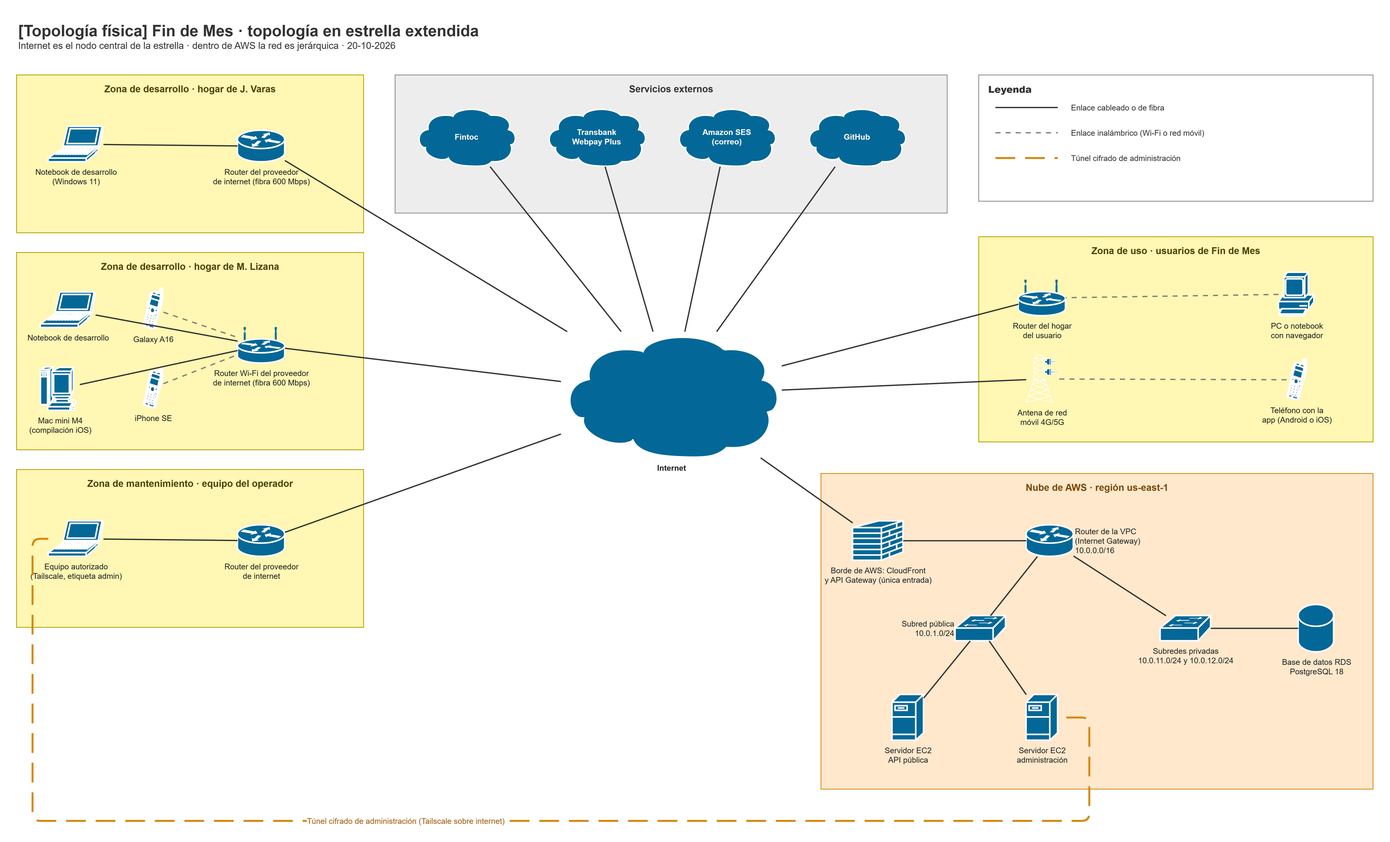
offlnr/findemes keeps this draw.io diagram as docs/diagrams/architecture/topologia-fisica.drawio.png. Above is the earlier version. Source tidied: cells renumbered, new cells last; positions are measured from the earlier drawing's top-left corner, leaving out a move shared by most shapes.
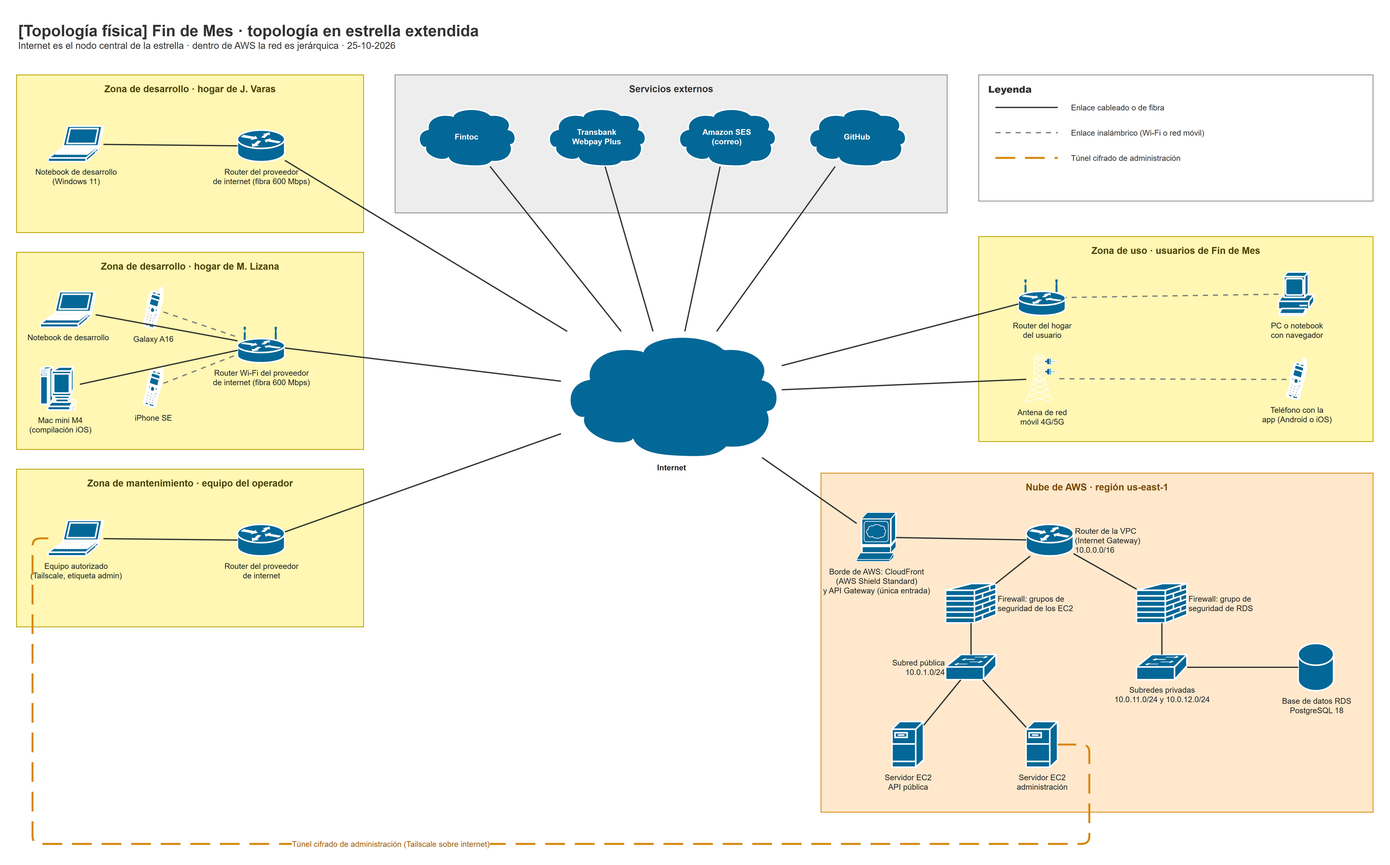
After the commit.

What changed in the source:
```diff
@@ -2,7 +2,7 @@
   <root>
     <mxCell id="0" />
     <mxCell id="1" parent="0" />
-    <mxCell id="2" value="&lt;span style=&quot;font-size:20px&quot;&gt;&lt;b&gt;[Topología física] Fin de Mes · topología en estrella extendida&lt;/b&gt;&lt;/span&gt;&lt;br&gt;&lt;span style=&quot;font-size:12px&quot;&gt;Internet es el nodo central de la estrella · dentro de AWS la red es jerárquica · 20-10-2026&lt;/span&gt;" style="text;html=1;whiteSpace=wrap;align=left;verticalAlign=top;fontColor=#333333;" parent="1" vertex="1">
+    <mxCell id="2" value="&lt;span style=&quot;font-size:20px&quot;&gt;&lt;b&gt;[Topología física] Fin de Mes · topología en estrella extendida&lt;/b&gt;&lt;/span&gt;&lt;br&gt;&lt;span style=&quot;font-size:12px&quot;&gt;Internet es el nodo central de la estrella · dentro de AWS la red es jerárquica · 25-10-2026&lt;/span&gt;" style="text;html=1;whiteSpace=wrap;align=left;verticalAlign=top;fontColor=#333333;" parent="1" vertex="1">
       <mxGeometry width="1600" height="60" as="geometry" />
     </mxCell>
     <mxCell id="3" value="&lt;b&gt;Internet&lt;/b&gt;" style="html=1;dashed=0;fillColor=#036897;strokeColor=#ffffff;strokeWidth=2;verticalLabelPosition=bottom;verticalAlign=top;align=center;outlineConnect=0;fontSize=10;fontColor=#222222;shape=mxgraph.cisco.storage.cloud;" parent="1" vertex="1">
@@ -75,28 +75,34 @@
       <mxGeometry x="60" y="150" width="40" height="60" as="geometry" />
     </mxCell>
     <mxCell id="26" value="Nube de AWS · región us-east-1" style="rounded=0;whiteSpace=wrap;html=1;fillColor=#FFE8CC;strokeColor=#D68910;fontColor=#7A4A00;align=center;verticalAlign=top;spacingTop=4;fontSize=12;fontStyle=1;" parent="1" vertex="1">
-      <mxGeometry x="1020" y="580" width="700" height="400" as="geometry" />
+      <mxGeometry x="1020" y="580" width="700" height="430" as="geometry" />
     </mxCell>
-    <mxCell id="27" value="Borde de AWS: CloudFront&lt;br&gt;y API Gateway (única entrada)" style="html=1;dashed=0;fillColor=#036897;strokeColor=#ffffff;strokeWidth=2;verticalLabelPosition=bottom;verticalAlign=top;align=center;outlineConnect=0;fontSize=10;fontColor=#222222;shape=mxgraph.cisco.security.firewall;" parent="26" vertex="1">
-      <mxGeometry x="40" y="60" width="64" height="50" as="geometry" />
+    <mxCell id="27" value="Borde de AWS: CloudFront&lt;br&gt;(AWS Shield Standard)&lt;br&gt;y API Gateway (única entrada)" style="html=1;dashed=0;fillColor=#036897;strokeColor=#ffffff;strokeWidth=2;verticalLabelPosition=bottom;verticalAlign=top;align=center;outlineConnect=0;fontSize=10;fontColor=#222222;shape=mxgraph.cisco.servers.www_server;" parent="26" vertex="1">
+      <mxGeometry x="45" y="50" width="50" height="62" as="geometry" />
     </mxCell>
     <mxCell id="28" value="Router de la VPC&lt;br&gt;(Internet Gateway)&lt;br&gt;10.0.0.0/16" style="html=1;dashed=0;fillColor=#036897;strokeColor=#ffffff;strokeWidth=2;verticalLabelPosition=bottom;verticalAlign=top;align=center;outlineConnect=0;fontSize=10;fontColor=#222222;shape=mxgraph.cisco.routers.router;labelPosition=right;verticalLabelPosition=middle;align=left;verticalAlign=middle;" parent="26" vertex="1">
       <mxGeometry x="260" y="65" width="60" height="40" as="geometry" />
     </mxCell>
+    <mxCell id="72" value="Firewall: grupos de&lt;br&gt;seguridad de los EC2" style="html=1;dashed=0;fillColor=#036897;strokeColor=#ffffff;strokeWidth=2;verticalLabelPosition=bottom;verticalAlign=top;align=center;outlineConnect=0;fontSize=10;fontColor=#222222;shape=mxgraph.cisco.security.firewall;labelPosition=right;verticalLabelPosition=middle;align=left;verticalAlign=middle;" parent="26" vertex="1">
+      <mxGeometry x="158" y="140" width="64" height="50" as="geometry" />
+    </mxCell>
+    <mxCell id="73" value="Firewall: grupo de&lt;br&gt;seguridad de RDS" style="html=1;dashed=0;fillColor=#036897;strokeColor=#ffffff;strokeWidth=2;verticalLabelPosition=bottom;verticalAlign=top;align=center;outlineConnect=0;fontSize=10;fontColor=#222222;shape=mxgraph.cisco.security.firewall;labelPosition=right;verticalLabelPosition=middle;align=left;verticalAlign=middle;" parent="26" vertex="1">
+      <mxGeometry x="400" y="140" width="64" height="50" as="geometry" />
+    </mxCell>
     <mxCell id="29" value="Subred pública&lt;br&gt;10.0.1.0/24" style="html=1;dashed=0;fillColor=#036897;strokeColor=#ffffff;strokeWidth=2;verticalLabelPosition=bottom;verticalAlign=top;align=center;outlineConnect=0;fontSize=10;fontColor=#222222;shape=mxgraph.cisco.switches.workgroup_switch;labelPosition=left;verticalLabelPosition=middle;align=right;verticalAlign=middle;" parent="26" vertex="1">
-      <mxGeometry x="170" y="180" width="64" height="32" as="geometry" />
+      <mxGeometry x="158" y="230" width="64" height="32" as="geometry" />
     </mxCell>
     <mxCell id="30" value="Servidor EC2&lt;br&gt;API pública" style="html=1;dashed=0;fillColor=#036897;strokeColor=#ffffff;strokeWidth=2;verticalLabelPosition=bottom;verticalAlign=top;align=center;outlineConnect=0;fontSize=10;fontColor=#222222;shape=mxgraph.cisco.servers.fileserver;" parent="26" vertex="1">
-      <mxGeometry x="90" y="280" width="40" height="58" as="geometry" />
+      <mxGeometry x="90" y="315" width="40" height="58" as="geometry" />
     </mxCell>
     <mxCell id="31" value="Servidor EC2&lt;br&gt;administración" style="html=1;dashed=0;fillColor=#036897;strokeColor=#ffffff;strokeWidth=2;verticalLabelPosition=bottom;verticalAlign=top;align=center;outlineConnect=0;fontSize=10;fontColor=#222222;shape=mxgraph.cisco.servers.fileserver;" parent="26" vertex="1">
-      <mxGeometry x="260" y="280" width="40" height="58" as="geometry" />
+      <mxGeometry x="260" y="315" width="40" height="58" as="geometry" />
     </mxCell>
     <mxCell id="32" value="Subredes privadas&lt;br&gt;10.0.11.0/24 y 10.0.12.0/24" style="html=1;dashed=0;fillColor=#036897;strokeColor=#ffffff;strokeWidth=2;verticalLabelPosition=bottom;verticalAlign=top;align=center;outlineConnect=0;fontSize=10;fontColor=#222222;shape=mxgraph.cisco.switches.workgroup_switch;" parent="26" vertex="1">
-      <mxGeometry x="430" y="180" width="64" height="32" as="geometry" />
+      <mxGeometry x="400" y="230" width="64" height="32" as="geometry" />
     </mxCell>
     <mxCell id="33" value="Base de datos RDS&lt;br&gt;PostgreSQL 18" style="html=1;dashed=0;fillColor=#036897;strokeColor=#ffffff;strokeWidth=2;verticalLabelPosition=bottom;verticalAlign=top;align=center;outlineConnect=0;fontSize=10;fontColor=#222222;shape=mxgraph.cisco.storage.relational_database;" parent="26" vertex="1">
-      <mxGeometry x="605" y="166" width="45" height="60" as="geometry" />
+      <mxGeometry x="605" y="216" width="45" height="60" as="geometry" />
     </mxCell>
     <mxCell id="34" style="endArrow=none;html=1;strokeColor=#333333;strokeWidth=1.6;rounded=0;" parent="1" edge="1" source="11" target="3">
       <mxGeometry relative="1" as="geometry" />
@@ -155,31 +161,37 @@
     <mxCell id="52" style="endArrow=none;html=1;strokeColor=#333333;strokeWidth=1.6;rounded=0;" parent="26" edge="1" source="27" target="28">
       <mxGeometry relative="1" as="geometry" />
     </mxCell>
-    <mxCell id="53" style="endArrow=none;html=1;strokeColor=#333333;strokeWidth=1.6;rounded=0;" parent="26" edge="1" source="28" target="29">
+    <mxCell id="53" style="endArrow=none;html=1;strokeColor=#333333;strokeWidth=1.6;rounded=0;" parent="26" edge="1" source="28" target="72">
       <mxGeometry relative="1" as="geometry" />
     </mxCell>
-    <mxCell id="54" style="endArrow=none;html=1;strokeColor=#333333;strokeWidth=1.6;rounded=0;" parent="26" edge="1" source="28" target="32">
+    <mxCell id="54" style="endArrow=none;html=1;strokeColor=#333333;strokeWidth=1.6;rounded=0;" parent="26" edge="1" source="72" target="29">
       <mxGeometry relative="1" as="geometry" />
     </mxCell>
-    <mxCell id="55" style="endArrow=none;html=1;strokeColor=#333333;strokeWidth=1.6;rounded=0;" parent="26" edge="1" source="29" target="30">
+    <mxCell id="55" style="endArrow=none;html=1;strokeColor=#333333;strokeWidth=1.6;rounded=0;" parent="26" edge="1" source="28" target="73">
       <mxGeometry relative="1" as="geometry" />
     </mxCell>
-    <mxCell id="56" style="endArrow=none;html=1;strokeColor=#333333;strokeWidth=1.6;rounded=0;" parent="26" edge="1" source="29" target="31">
+    <mxCell id="56" style="endArrow=none;html=1;strokeColor=#333333;strokeWidth=1.6;rounded=0;" parent="26" edge="1" source="73" target="32">
       <mxGeometry relative="1" as="geometry" />
     </mxCell>
-    <mxCell id="57" style="endArrow=none;html=1;strokeColor=#333333;strokeWidth=1.6;rounded=0;" parent="26" edge="1" source="32" target="33">
+    <mxCell id="57" style="endArrow=none;html=1;strokeColor=#333333;strokeWidth=1.6;rounded=0;" parent="26" edge="1" source="29" target="30">
       <mxGeometry relative="1" as="geometry" />
     </mxCell>
-    <mxCell id="58" value="Túnel cifrado de administración (Tailscale sobre internet)" style="endArrow=none;html=1;strokeColor=#D68910;strokeWidth=2.5;dashed=1;dashPattern=10 5;rounded=1;edgeStyle=orthogonalEdgeStyle;fontSize=10;fontColor=#A6610A;labelBackgroundColor=#FFFFFF;exitX=0;exitY=0.5;exitDx=0;exitDy=0;entryX=1;entryY=0.5;entryDx=0;entryDy=0;" parent="1" edge="1" source="19" target="31">
-      <mxGeometry x="-0.1" relative="1" as="geometry">
-        <Array as="points">
-          <mxPoint x="20" y="662" />
-          <mxPoint x="20" y="1020" />
-          <mxPoint x="1360" y="1020" />
-          <mxPoint x="1360" y="889" />
-        </Array>
-      </mxGeometry>
+    <mxCell id="58" style="endArrow=none;html=1;strokeColor=#333333;strokeWidth=1.6;rounded=0;" parent="26" edge="1" source="29" target="31">
+      <mxGeometry relative="1" as="geometry" />
     </mxCell>
+    <mxCell id="62" style="endArrow=none;html=1;strokeColor=#333333;strokeWidth=1.6;rounded=0;" parent="26" edge="1" source="32" target="33">
+      <mxGeometry relative="1" as="geometry" />
+    </mxCell>
+    <mxCell id="66" value="Túnel cifrado de administración (Tailscale sobre internet)" style="endArrow=none;html=1;strokeColor=#D68910;strokeWidth=2.5;dashed=1;dashPattern=10 5;rounded=1;edgeStyle=orthogonalEdgeStyle;fontSize=10;fontColor=#A6610A;labelBackgroundColor=#FFFFFF;exitX=0;exitY=0.5;exitDx=0;exitDy=0;entryX=1;entryY=0.5;entryDx=0;entryDy=0;" parent="1" edge="1" source="19" target="31">
+      <mxGeometry x="-0.1" relative="1" as="geometry">
+        <Array as="points">
+          <mxPoint x="20" y="662" />
+          <mxPoint x="20" y="1050" />
+          <mxPoint x="1360" y="1050" />
+          <mxPoint x="1360" y="924" />
+        </Array>
+      </mxGeometry>
+    </mxCell>
     <mxCell id="59" value="&lt;b&gt;Leyenda&lt;/b&gt;" style="rounded=0;whiteSpace=wrap;html=1;fillColor=#FFFFFF;strokeColor=#8C8C8C;fontColor=#333333;align=left;verticalAlign=top;spacingTop=4;spacingLeft=10;fontSize=12;fontStyle=1;" parent="1" vertex="1">
       <mxGeometry x="1220" y="75" width="500" height="160" as="geometry" />
     </mxCell>
@@ -189,9 +201,9 @@
     <mxCell id="61" style="text;" parent="59" vertex="1">
       <mxGeometry x="100" y="40" width="1" height="2" as="geometry" />
     </mxCell>
-    <mxCell id="62" style="endArrow=none;html=1;strokeColor=#333333;strokeWidth=1.6;rounded=0;" parent="59" edge="1" source="60" target="61">
-      <mxGeometry relative="1" as="geometry" />
-    </mxCell>
+    <mxCell id="70" style="endArrow=none;html=1;strokeColor=#333333;strokeWidth=1.6;rounded=0;" parent="59" edge="1" source="60" target="61">
+      <mxGeometry relative="1" as="geometry" />
+    </mxCell>
     <mxCell id="63" value="Enlace cableado o de fibra" style="text;html=1;whiteSpace=wrap;align=left;verticalAlign=top;fontColor=#333333;verticalAlign=middle;fontSize=10;" parent="59" vertex="1">
       <mxGeometry x="115" y="28" width="360" height="26" as="geometry" />
     </mxCell>
@@ -201,9 +213,9 @@
     <mxCell id="65" style="text;" parent="59" vertex="1">
       <mxGeometry x="100" y="72" width="1" height="2" as="geometry" />
     </mxCell>
-    <mxCell id="66" style="endArrow=none;html=1;strokeColor=#7F7F7F;strokeWidth=1.6;rounded=0;dashed=1;dashPattern=4 4;" parent="59" edge="1" source="64" target="65">
-      <mxGeometry relative="1" as="geometry" />
-    </mxCell>
+    <mxCell id="74" style="endArrow=none;html=1;strokeColor=#7F7F7F;strokeWidth=1.6;rounded=0;dashed=1;dashPattern=4 4;" parent="59" edge="1" source="64" target="65">
+      <mxGeometry relative="1" as="geometry" />
+    </mxCell>
     <mxCell id="67" value="Enlace inalámbrico (Wi-Fi o red móvil)" style="text;html=1;whiteSpace=wrap;align=left;verticalAlign=top;fontColor=#333333;verticalAlign=middle;fontSize=10;" parent="59" vertex="1">
       <mxGeometry x="115" y="60" width="360" height="26" as="geometry" />
     </mxCell>
@@ -213,9 +225,9 @@
     <mxCell id="69" style="text;" parent="59" vertex="1">
       <mxGeometry x="100" y="104" width="1" height="2" as="geometry" />
     </mxCell>
-    <mxCell id="70" style="endArrow=none;html=1;strokeColor=#D68910;strokeWidth=2.5;dashed=1;dashPattern=10 5;rounded=1;fontSize=10;fontColor=#A6610A;labelBackgroundColor=#FFFFFF;" parent="59" edge="1" source="68" target="69">
-      <mxGeometry relative="1" as="geometry" />
-    </mxCell>
+    <mxCell id="75" style="endArrow=none;html=1;strokeColor=#D68910;strokeWidth=2.5;dashed=1;dashPattern=10 5;rounded=1;fontSize=10;fontColor=#A6610A;labelBackgroundColor=#FFFFFF;" parent="59" edge="1" source="68" target="69">
+      <mxGeometry relative="1" as="geometry" />
+    </mxCell>
     <mxCell id="71" value="Túnel cifrado de administración" style="text;html=1;whiteSpace=wrap;align=left;verticalAlign=top;fontColor=#333333;verticalAlign=middle;fontSize=10;" parent="59" vertex="1">
       <mxGeometry x="115" y="92" width="360" height="26" as="geometry" />
     </mxCell>
```
